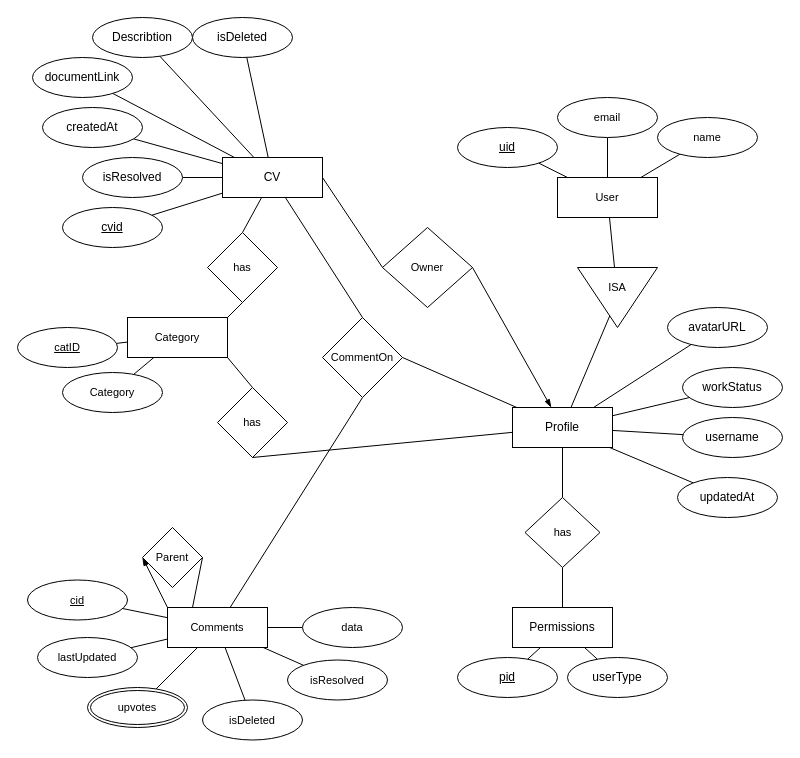
magshimim-next/cv-next keeps this draw.io diagram as page "Suggested DB" (2 of 3) of docs/cv-next-ERD.drawio. Above is the earlier version. Source tidied: cells renumbered, new cells numbered last; positions are measured from the earlier drawing's top-left corner, leaving out a move shared by most shapes. Both pictures are drawn from the tidied source at 100%, with x=0, y=0 at pixel (17, 17).
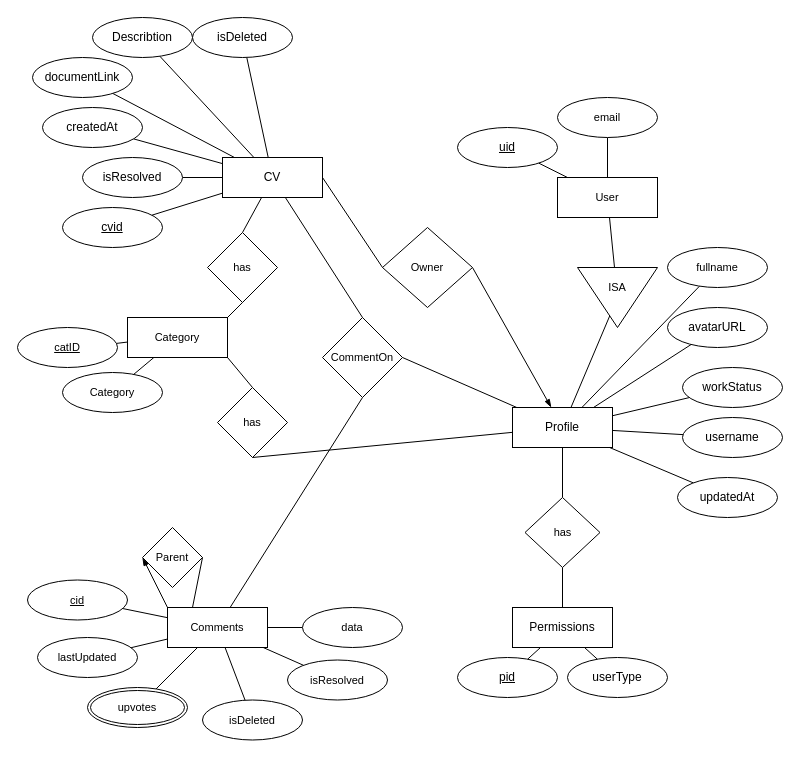
The same page after the edit.

The change refers to these unchanged cells:
```xml
<mxCell id="28" value="Profile" style="whiteSpace=wrap;html=1;align=center;" parent="1" vertex="1">
  <mxGeometry x="495" y="390" width="100" height="40" as="geometry" />
</mxCell>
<mxCell id="60" value="User" style="whiteSpace=wrap;html=1;align=center;fontFamily=Helvetica;fontSize=11;fontColor=default;labelBackgroundColor=default;" parent="1" vertex="1">
  <mxGeometry x="540" y="160" width="100" height="40" as="geometry" />
</mxCell>
```

Diff of the diagram source:
```diff
@@
-    <mxCell id="63" style="edgeStyle=none;shape=connector;rounded=0;jettySize=auto;html=1;strokeColor=default;align=center;verticalAlign=middle;fontFamily=Helvetica;fontSize=11;fontColor=default;labelBackgroundColor=default;endArrow=none;endFill=0;" parent="1" edge="1" source="64" target="60">
+    <mxCell id="63" style="edgeStyle=none;shape=connector;rounded=0;jettySize=auto;html=1;strokeColor=default;align=center;verticalAlign=middle;fontFamily=Helvetica;fontSize=11;fontColor=default;labelBackgroundColor=default;endArrow=none;endFill=0;" parent="1" edge="1" source="64" target="28">
       <mxGeometry relative="1" as="geometry" />
     </mxCell>
-    <mxCell id="64" value="name" style="ellipse;whiteSpace=wrap;html=1;align=center;fontFamily=Helvetica;fontSize=11;fontColor=default;labelBackgroundColor=default;" parent="1" vertex="1">
-      <mxGeometry x="640" y="100" width="100" height="40" as="geometry" />
+    <mxCell id="64" value="fullname" style="ellipse;whiteSpace=wrap;html=1;align=center;fontFamily=Helvetica;fontSize=11;fontColor=default;labelBackgroundColor=default;" parent="1" vertex="1">
+      <mxGeometry x="650" y="230" width="100" height="40" as="geometry" />
     </mxCell>
```
